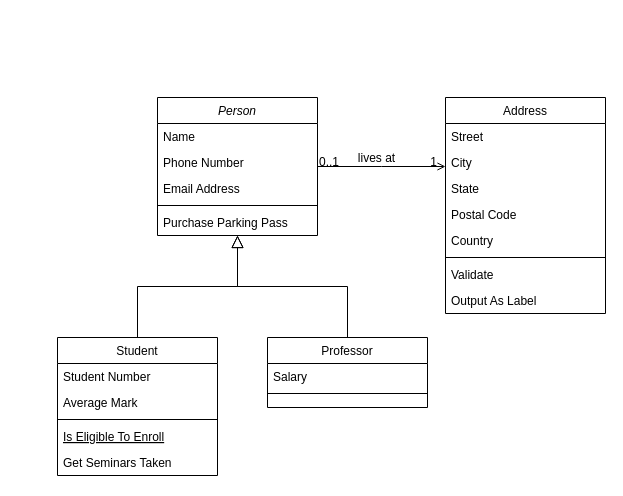
Above: best.drawio in chaldrak/achieve (draw.io), before the change. Source tidied: cells renumbered, new cells numbered last; positions are measured from the earlier drawing's top-left corner, leaving out a move shared by most shapes. Both pictures are drawn from the tidied source at 100%, with x=0, y=0 at pixel (57, 97).
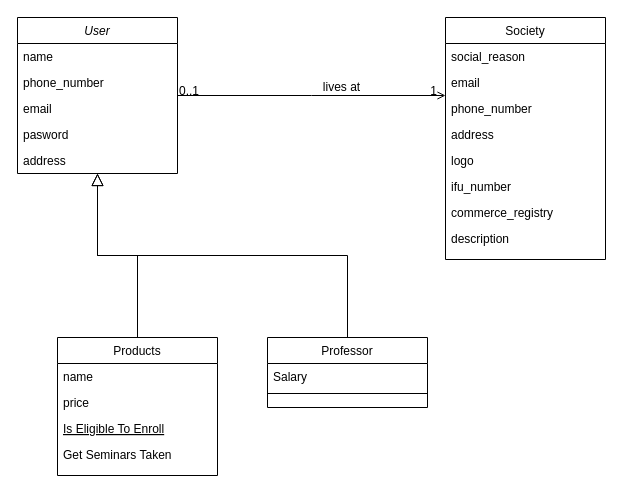
Above is the later version.

What changed in the source:
```diff
@@
-    <mxCell id="2" value="Person" style="swimlane;fontStyle=2;align=center;verticalAlign=top;horizontal=1;startSize=26;rounded=0;shadow=0;strokeWidth=1;" parent="1" vertex="1">
-      <mxGeometry x="100" width="160" height="138" as="geometry" />
+    <mxCell id="2" value="User" style="swimlane;fontStyle=2;align=center;verticalAlign=top;horizontal=1;startSize=26;rounded=0;shadow=0;strokeWidth=1;" parent="1" vertex="1">
+      <mxGeometry x="-40" y="-80" width="160" height="156" as="geometry" />
     </mxCell>
-    <mxCell id="3" value="Name" style="text;align=left;verticalAlign=top;spacingLeft=4;spacingRight=4;overflow=hidden;" parent="2" vertex="1">
+    <mxCell id="3" value="name" style="text;align=left;verticalAlign=top;spacingLeft=4;spacingRight=4;overflow=hidden;" parent="2" vertex="1">
       <mxGeometry y="26" width="160" height="26" as="geometry" />
     </mxCell>
-    <mxCell id="4" value="Phone Number" style="text;align=left;verticalAlign=top;spacingLeft=4;spacingRight=4;overflow=hidden;rounded=0;shadow=0;html=0;" parent="2" vertex="1">
+    <mxCell id="4" value="phone_number" style="text;align=left;verticalAlign=top;spacingLeft=4;spacingRight=4;overflow=hidden;rounded=0;shadow=0;html=0;" parent="2" vertex="1">
       <mxGeometry y="52" width="160" height="26" as="geometry" />
     </mxCell>
-    <mxCell id="5" value="Email Address" style="text;align=left;verticalAlign=top;spacingLeft=4;spacingRight=4;overflow=hidden;rounded=0;shadow=0;html=0;" parent="2" vertex="1">
+    <mxCell id="5" value="email" style="text;align=left;verticalAlign=top;spacingLeft=4;spacingRight=4;overflow=hidden;rounded=0;shadow=0;html=0;" parent="2" vertex="1">
       <mxGeometry y="78" width="160" height="26" as="geometry" />
     </mxCell>
-    <mxCell id="6" style="line;html=1;strokeWidth=1;align=left;verticalAlign=middle;spacingTop=-1;spacingLeft=3;spacingRight=3;labelPosition=right;" parent="2" vertex="1">
-      <mxGeometry y="104" width="160" height="8" as="geometry" />
-    </mxCell>
-    <mxCell id="7" value="Purchase Parking Pass" style="text;align=left;verticalAlign=top;spacingLeft=4;spacingRight=4;overflow=hidden;" parent="2" vertex="1">
-      <mxGeometry y="112" width="160" height="26" as="geometry" />
-    </mxCell>
+    <mxCell id="32" value="pasword" style="text;align=left;verticalAlign=top;spacingLeft=4;spacingRight=4;overflow=hidden;rounded=0;shadow=0;html=0;" parent="2" vertex="1">
+      <mxGeometry y="104" width="160" height="26" as="geometry" />
+    </mxCell>
+    <mxCell id="33" value="address" style="text;align=left;verticalAlign=top;spacingLeft=4;spacingRight=4;overflow=hidden;rounded=0;shadow=0;html=0;" parent="2" vertex="1">
+      <mxGeometry y="130" width="160" height="26" as="geometry" />
+    </mxCell>
-    <mxCell id="8" value="Student" style="swimlane;fontStyle=0;align=center;verticalAlign=top;horizontal=1;startSize=26;rounded=0;shadow=0;strokeWidth=1;" parent="1" vertex="1">
+    <mxCell id="8" value="Products" style="swimlane;fontStyle=0;align=center;verticalAlign=top;horizontal=1;startSize=26;rounded=0;shadow=0;strokeWidth=1;" parent="1" vertex="1">
       <mxGeometry y="240" width="160" height="138" as="geometry" />
     </mxCell>
-    <mxCell id="9" value="Student Number" style="text;align=left;verticalAlign=top;spacingLeft=4;spacingRight=4;overflow=hidden;" parent="8" vertex="1">
+    <mxCell id="9" value="name" style="text;align=left;verticalAlign=top;spacingLeft=4;spacingRight=4;overflow=hidden;" parent="8" vertex="1">
       <mxGeometry y="26" width="160" height="26" as="geometry" />
     </mxCell>
-    <mxCell id="10" value="Average Mark" style="text;align=left;verticalAlign=top;spacingLeft=4;spacingRight=4;overflow=hidden;rounded=0;shadow=0;html=0;" parent="8" vertex="1">
+    <mxCell id="10" value="price" style="text;align=left;verticalAlign=top;spacingLeft=4;spacingRight=4;overflow=hidden;rounded=0;shadow=0;html=0;" parent="8" vertex="1">
       <mxGeometry y="52" width="160" height="26" as="geometry" />
     </mxCell>
-    <mxCell id="11" style="line;html=1;strokeWidth=1;align=left;verticalAlign=middle;spacingTop=-1;spacingLeft=3;spacingRight=3;labelPosition=right;" parent="8" vertex="1">
-      <mxGeometry y="78" width="160" height="8" as="geometry" />
-    </mxCell>
     <mxCell id="12" value="Is Eligible To Enroll" style="text;align=left;verticalAlign=top;spacingLeft=4;spacingRight=4;overflow=hidden;fontStyle=4;" parent="8" vertex="1">
-      <mxGeometry y="86" width="160" height="26" as="geometry" />
+      <mxGeometry y="78" width="160" height="26" as="geometry" />
     </mxCell>
     <mxCell id="13" value="Get Seminars Taken" style="text;align=left;verticalAlign=top;spacingLeft=4;spacingRight=4;overflow=hidden;" parent="8" vertex="1">
-      <mxGeometry y="112" width="160" height="26" as="geometry" />
+      <mxGeometry y="104" width="160" height="26" as="geometry" />
     </mxCell>
@@
-    <mxCell id="19" value="Address" style="swimlane;fontStyle=0;align=center;verticalAlign=top;horizontal=1;startSize=26;rounded=0;shadow=0;strokeWidth=1;" parent="1" vertex="1">
-      <mxGeometry x="388" width="160" height="216" as="geometry" />
+    <mxCell id="19" value="Society" style="swimlane;fontStyle=0;align=center;verticalAlign=top;horizontal=1;startSize=26;rounded=0;shadow=0;strokeWidth=1;" parent="1" vertex="1">
+      <mxGeometry x="388" y="-80" width="160" height="242" as="geometry" />
     </mxCell>
-    <mxCell id="20" value="Street" style="text;align=left;verticalAlign=top;spacingLeft=4;spacingRight=4;overflow=hidden;" parent="19" vertex="1">
+    <mxCell id="20" value="social_reason" style="text;align=left;verticalAlign=top;spacingLeft=4;spacingRight=4;overflow=hidden;" parent="19" vertex="1">
       <mxGeometry y="26" width="160" height="26" as="geometry" />
     </mxCell>
-    <mxCell id="21" value="City" style="text;align=left;verticalAlign=top;spacingLeft=4;spacingRight=4;overflow=hidden;rounded=0;shadow=0;html=0;" parent="19" vertex="1">
+    <mxCell id="21" value="email" style="text;align=left;verticalAlign=top;spacingLeft=4;spacingRight=4;overflow=hidden;rounded=0;shadow=0;html=0;" parent="19" vertex="1">
       <mxGeometry y="52" width="160" height="26" as="geometry" />
     </mxCell>
-    <mxCell id="22" value="State" style="text;align=left;verticalAlign=top;spacingLeft=4;spacingRight=4;overflow=hidden;rounded=0;shadow=0;html=0;" parent="19" vertex="1">
+    <mxCell id="22" value="phone_number" style="text;align=left;verticalAlign=top;spacingLeft=4;spacingRight=4;overflow=hidden;rounded=0;shadow=0;html=0;" parent="19" vertex="1">
       <mxGeometry y="78" width="160" height="26" as="geometry" />
     </mxCell>
-    <mxCell id="23" value="Postal Code" style="text;align=left;verticalAlign=top;spacingLeft=4;spacingRight=4;overflow=hidden;rounded=0;shadow=0;html=0;" parent="19" vertex="1">
+    <mxCell id="23" value="address" style="text;align=left;verticalAlign=top;spacingLeft=4;spacingRight=4;overflow=hidden;rounded=0;shadow=0;html=0;" parent="19" vertex="1">
       <mxGeometry y="104" width="160" height="26" as="geometry" />
     </mxCell>
-    <mxCell id="24" value="Country" style="text;align=left;verticalAlign=top;spacingLeft=4;spacingRight=4;overflow=hidden;rounded=0;shadow=0;html=0;" parent="19" vertex="1">
+    <mxCell id="24" value="logo" style="text;align=left;verticalAlign=top;spacingLeft=4;spacingRight=4;overflow=hidden;rounded=0;shadow=0;html=0;" parent="19" vertex="1">
       <mxGeometry y="130" width="160" height="26" as="geometry" />
     </mxCell>
-    <mxCell id="25" style="line;html=1;strokeWidth=1;align=left;verticalAlign=middle;spacingTop=-1;spacingLeft=3;spacingRight=3;labelPosition=right;" parent="19" vertex="1">
-      <mxGeometry y="156" width="160" height="8" as="geometry" />
-    </mxCell>
-    <mxCell id="26" value="Validate" style="text;align=left;verticalAlign=top;spacingLeft=4;spacingRight=4;overflow=hidden;" parent="19" vertex="1">
-      <mxGeometry y="164" width="160" height="26" as="geometry" />
+    <mxCell id="26" value="ifu_number" style="text;align=left;verticalAlign=top;spacingLeft=4;spacingRight=4;overflow=hidden;" parent="19" vertex="1">
+      <mxGeometry y="156" width="160" height="26" as="geometry" />
     </mxCell>
-    <mxCell id="27" value="Output As Label" style="text;align=left;verticalAlign=top;spacingLeft=4;spacingRight=4;overflow=hidden;" parent="19" vertex="1">
-      <mxGeometry y="190" width="160" height="26" as="geometry" />
+    <mxCell id="27" value="commerce_registry" style="text;align=left;verticalAlign=top;spacingLeft=4;spacingRight=4;overflow=hidden;" parent="19" vertex="1">
+      <mxGeometry y="182" width="160" height="26" as="geometry" />
     </mxCell>
+    <mxCell id="34" value="description" style="text;align=left;verticalAlign=top;spacingLeft=4;spacingRight=4;overflow=hidden;rounded=0;shadow=0;html=0;" parent="19" vertex="1">
+      <mxGeometry y="208" width="160" height="26" as="geometry" />
+    </mxCell>
```
